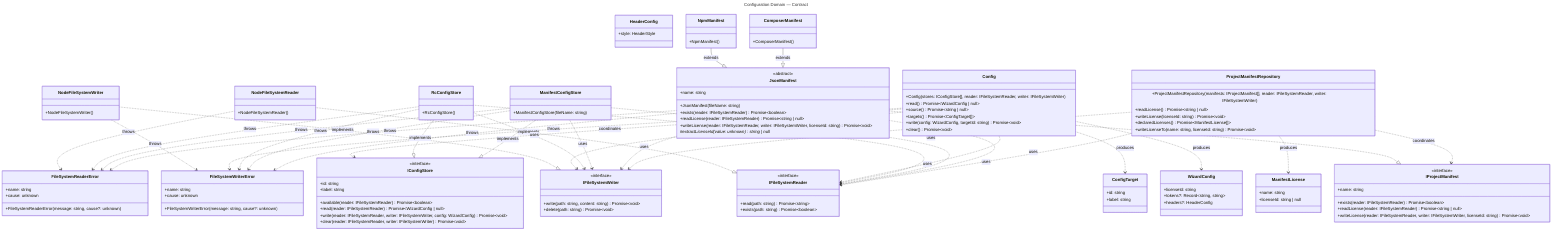
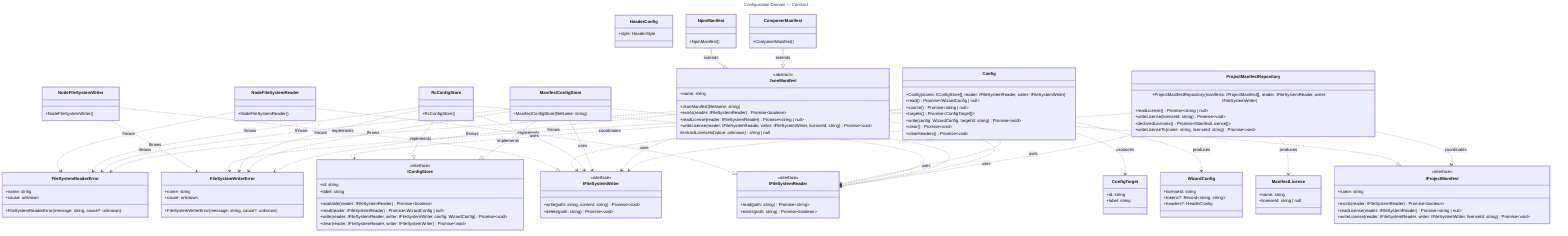
---
title: Configuration Domain — Contract
---
classDiagram
  direction TB

  %% Domain: Configuration (src/configuration)
  %% Focused per-domain view extracted from ../class-diagram.mmd.
  %% Shows ONLY Configuration-domain classes and their intra-domain relationships.
  %% Cross-domain relationships (consumed by the bootstrap, Licensing, Headers and
  %% Verify; HeaderConfig references HeaderStyle from Headers) are intentionally
  %% omitted — see ../class-diagram.mmd for the full picture.
  %%
  %% HeaderConfig belongs to this domain but its only relationship (to HeaderStyle)
  %% crosses into Headers, so it appears here without intra-domain edges.

  class IFileSystemReader {
    <<interface>>
    +read(path: string) Promise~string~
    +exists(path: string) Promise~boolean~
  }

  class IFileSystemWriter {
    <<interface>>
    +write(path: string, content: string) Promise~void~
    +delete(path: string) Promise~void~
  }

  class NodeFileSystemReader {
    +NodeFileSystemReader()
  }

  class NodeFileSystemWriter {
    +NodeFileSystemWriter()
  }

  class FileSystemReaderError {
    +name: string
    +cause: unknown
    +FileSystemReaderError(message: string, cause?: unknown)
  }

  class FileSystemWriterError {
    +name: string
    +cause: unknown
    +FileSystemWriterError(message: string, cause?: unknown)
  }

  class WizardConfig {
    +licenseId: string
    +tokens?: Record~string, string~
    +headers?: HeaderConfig
  }

  class HeaderConfig {
    +style: HeaderStyle
  }

  class ConfigTarget {
    +id: string
    +label: string
  }

  class IConfigStore {
    <<interface>>
    +id: string
    +label: string
    +available(reader: IFileSystemReader) Promise~boolean~
    +read(reader: IFileSystemReader) Promise~WizardConfig | null~
    +write(reader: IFileSystemReader, writer: IFileSystemWriter, config: WizardConfig) Promise~void~
    +clear(reader: IFileSystemReader, writer: IFileSystemWriter) Promise~void~
  }

  class RcConfigStore {
    +RcConfigStore()
  }

  class ManifestConfigStore {
    +ManifestConfigStore(fileName: string)
  }

  class Config {
    +Config(stores: IConfigStore[], reader: IFileSystemReader, writer: IFileSystemWriter)
    +read() Promise~WizardConfig | null~
    +source() Promise~string | null~
    +targets() Promise~ConfigTarget[]~
    +write(config: WizardConfig, targetId: string) Promise~void~
    +clear() Promise~void~
+     +clearHeaders() Promise~void~
  }

  class IProjectManifest {
    <<interface>>
    +name: string
    +exists(reader: IFileSystemReader) Promise~boolean~
    +readLicense(reader: IFileSystemReader) Promise~string | null~
    +writeLicense(reader: IFileSystemReader, writer: IFileSystemWriter, licenseId: string) Promise~void~
  }

  class JsonManifest {
    <<abstract>>
    +JsonManifest(fileName: string)
    +name: string
    +exists(reader: IFileSystemReader) Promise~boolean~
    +readLicense(reader: IFileSystemReader) Promise~string | null~
    +writeLicense(reader: IFileSystemReader, writer: IFileSystemWriter, licenseId: string) Promise~void~
    #extractLicenseId(value: unknown)* string | null
  }

  class NpmManifest {
    +NpmManifest()
  }

  class ComposerManifest {
    +ComposerManifest()
  }

  class ProjectManifestRepository {
    +ProjectManifestRepository(manifests: IProjectManifest[], reader: IFileSystemReader, writer: IFileSystemWriter)
    +readLicense() Promise~string | null~
    +writeLicense(licenseId: string) Promise~void~
    +declaredLicenses() Promise~ManifestLicense[]~
    +writeLicenseTo(name: string, licenseId: string) Promise~void~
  }

  class ManifestLicense {
    +name: string
    +licenseId: string | null
  }

  NodeFileSystemReader ..|> IFileSystemReader : implements
  NodeFileSystemWriter ..|> IFileSystemWriter : implements
  NodeFileSystemReader ..> FileSystemReaderError : throws
  NodeFileSystemWriter ..> FileSystemWriterError : throws
  Config ..> IConfigStore : coordinates
  Config ..> IFileSystemReader : uses
  Config ..> IFileSystemWriter : uses
  Config ..> WizardConfig : produces
  Config ..> ConfigTarget : produces
  Config ..> FileSystemWriterError : throws
  RcConfigStore ..|> IConfigStore : implements
  ManifestConfigStore ..|> IConfigStore : implements
  RcConfigStore ..> IFileSystemReader : uses
  RcConfigStore ..> IFileSystemWriter : uses
  RcConfigStore ..> FileSystemReaderError : throws
  RcConfigStore ..> FileSystemWriterError : throws
  ManifestConfigStore ..> IFileSystemReader : uses
  ManifestConfigStore ..> IFileSystemWriter : uses
  ManifestConfigStore ..> FileSystemReaderError : throws
  ManifestConfigStore ..> FileSystemWriterError : throws
  JsonManifest ..|> IProjectManifest : implements
  NpmManifest --|> JsonManifest : extends
  ComposerManifest --|> JsonManifest : extends
  JsonManifest ..> IFileSystemReader : uses
  JsonManifest ..> IFileSystemWriter : uses
  JsonManifest ..> FileSystemReaderError : throws
  JsonManifest ..> FileSystemWriterError : throws
  ProjectManifestRepository ..> IProjectManifest : coordinates
  ProjectManifestRepository ..> IFileSystemReader : uses
  ProjectManifestRepository ..> IFileSystemWriter : uses
  ProjectManifestRepository ..> ManifestLicense : produces
